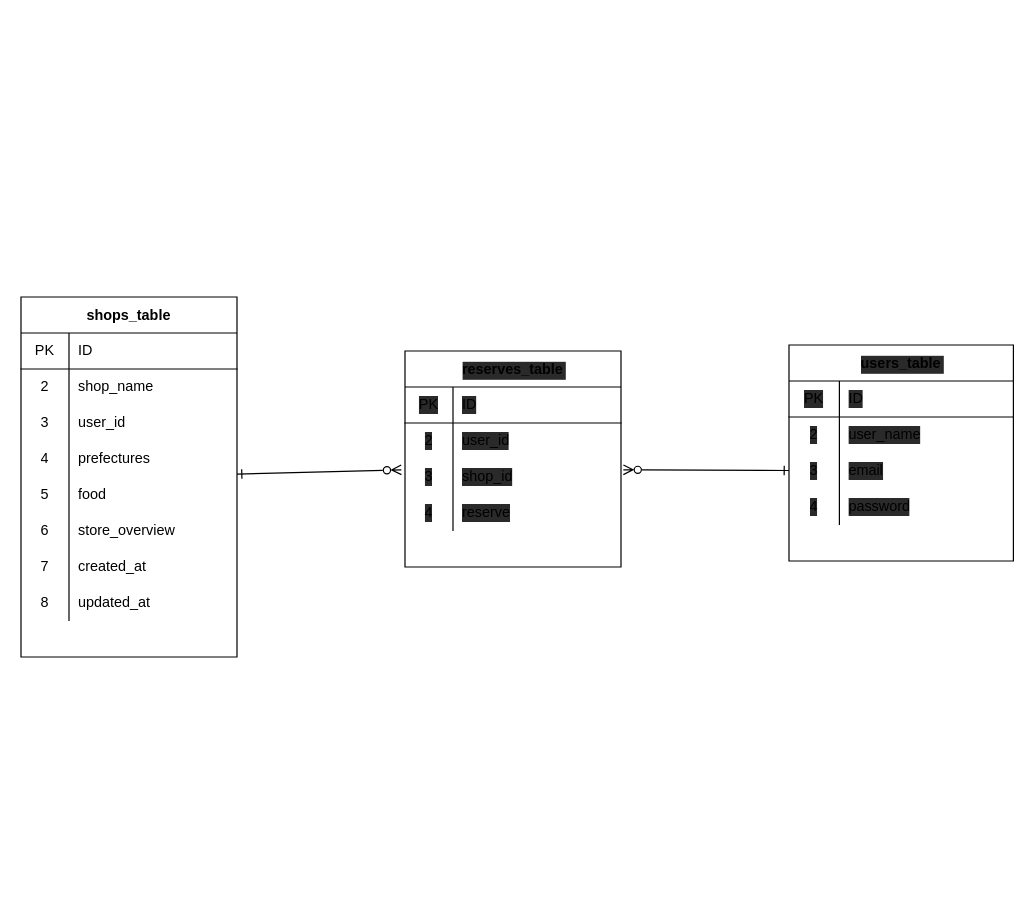
yuya1228/laravel_shop keeps this draw.io diagram as shop.dio. Above is the earlier version. Source tidied: cells renumbered, new cells numbered last; positions are measured from the earlier drawing's top-left corner, leaving out a move shared by most shapes. Both pictures are drawn from the tidied source at 120%, with x=0, y=0 at pixel (20, 296).
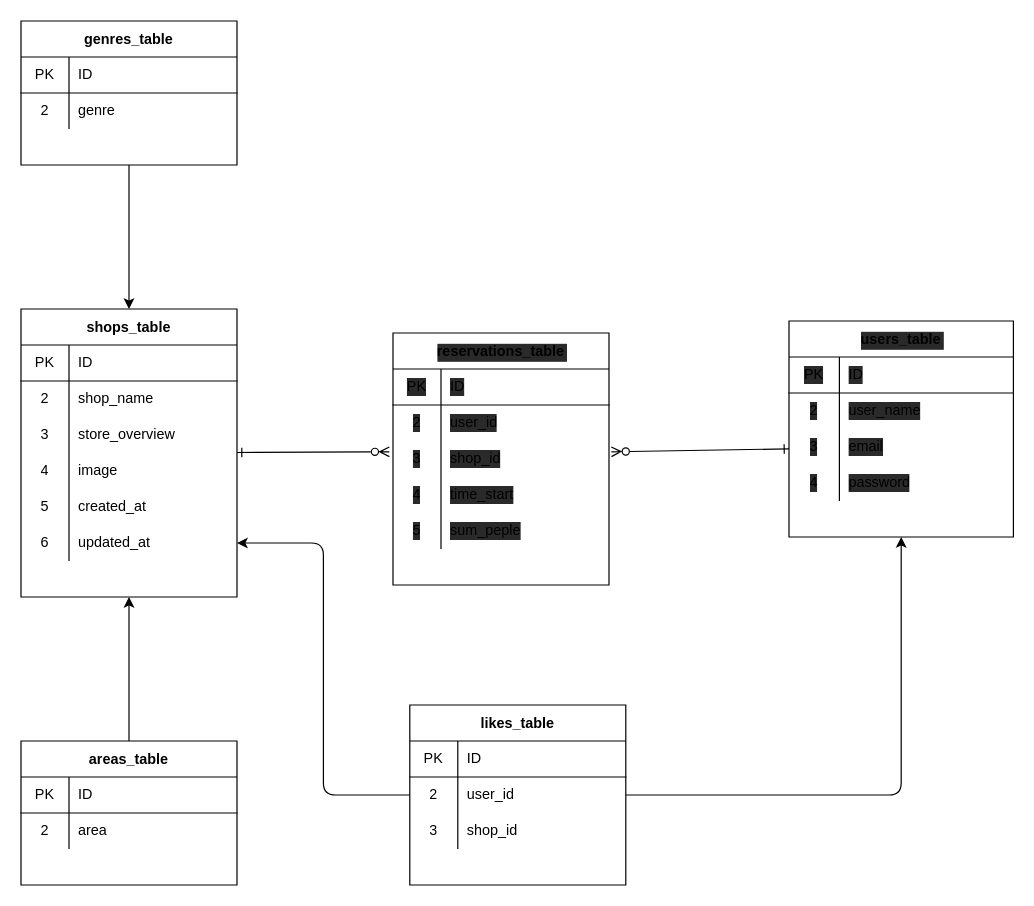
The same diagram, later.

Unchanged cells that the change refers to:
```xml
<mxCell id="38" style="shape=partialRectangle;html=1;whiteSpace=wrap;fillColor=none;top=0;left=0;bottom=0;right=0;labelBackgroundColor=#2a2a2a;" parent="28" vertex="1">
  <mxGeometry y="120" width="180" height="30" as="geometry" />
</mxCell>
```

Diff of the diagram source:
```diff
@@
     <mxCell id="3" value="shops_table" style="shape=table;startSize=30;childLayout=tableLayout;rowLines=0;fontStyle=1;align=center;" parent="1" vertex="1">
-      <mxGeometry width="180" height="300" as="geometry" />
+      <mxGeometry y="10" width="180" height="240" as="geometry" />
     </mxCell>
@@
-    <mxCell id="10" style="shape=partialRectangle;html=1;whiteSpace=wrap;fillColor=none;top=0;left=0;bottom=0;right=0;" parent="3" vertex="1">
-      <mxGeometry y="90" width="180" height="30" as="geometry" />
-    </mxCell>
-    <mxCell id="11" value="3" style="shape=partialRectangle;html=1;whiteSpace=wrap;fillColor=none;top=0;left=0;bottom=0;right=0;overflow=hidden;" parent="10" vertex="1">
-      <mxGeometry width="40" height="30" as="geometry" />
-    </mxCell>
-    <mxCell id="12" value="user_id" style="shape=partialRectangle;html=1;whiteSpace=wrap;fillColor=none;top=0;left=0;bottom=0;right=0;align=left;spacingLeft=6;overflow=hidden;" parent="10" vertex="1">
-      <mxGeometry x="40" width="140" height="30" as="geometry" />
-    </mxCell>
-    <mxCell id="13" style="shape=partialRectangle;html=1;whiteSpace=wrap;fillColor=none;top=0;left=0;bottom=0;right=0;" parent="3" vertex="1">
-      <mxGeometry y="120" width="180" height="30" as="geometry" />
-    </mxCell>
-    <mxCell id="14" value="4" style="shape=partialRectangle;html=1;whiteSpace=wrap;fillColor=none;top=0;left=0;bottom=0;right=0;overflow=hidden;" parent="13" vertex="1">
-      <mxGeometry width="40" height="30" as="geometry" />
-    </mxCell>
-    <mxCell id="15" value="prefectures" style="shape=partialRectangle;html=1;whiteSpace=wrap;fillColor=none;top=0;left=0;bottom=0;right=0;align=left;spacingLeft=6;overflow=hidden;" parent="13" vertex="1">
-      <mxGeometry x="40" width="140" height="30" as="geometry" />
-    </mxCell>
-    <mxCell id="16" style="shape=partialRectangle;html=1;whiteSpace=wrap;fillColor=none;top=0;left=0;bottom=0;right=0;" parent="3" vertex="1">
-      <mxGeometry y="150" width="180" height="30" as="geometry" />
-    </mxCell>
-    <mxCell id="17" value="5" style="shape=partialRectangle;html=1;whiteSpace=wrap;fillColor=none;top=0;left=0;bottom=0;right=0;overflow=hidden;" parent="16" vertex="1">
-      <mxGeometry width="40" height="30" as="geometry" />
-    </mxCell>
-    <mxCell id="18" value="food" style="shape=partialRectangle;html=1;whiteSpace=wrap;fillColor=none;top=0;left=0;bottom=0;right=0;align=left;spacingLeft=6;overflow=hidden;" parent="16" vertex="1">
-      <mxGeometry x="40" width="140" height="30" as="geometry" />
-    </mxCell>
     <mxCell id="19" style="shape=partialRectangle;html=1;whiteSpace=wrap;fillColor=none;top=0;left=0;bottom=0;right=0;" parent="3" vertex="1">
-      <mxGeometry y="180" width="180" height="30" as="geometry" />
+      <mxGeometry y="90" width="180" height="30" as="geometry" />
     </mxCell>
-    <mxCell id="20" value="6" style="shape=partialRectangle;html=1;whiteSpace=wrap;fillColor=none;top=0;left=0;bottom=0;right=0;overflow=hidden;" parent="19" vertex="1">
+    <mxCell id="20" value="3" style="shape=partialRectangle;html=1;whiteSpace=wrap;fillColor=none;top=0;left=0;bottom=0;right=0;overflow=hidden;" parent="19" vertex="1">
       <mxGeometry width="40" height="30" as="geometry" />
     </mxCell>
@@
+    <mxCell id="13" style="shape=partialRectangle;html=1;whiteSpace=wrap;fillColor=none;top=0;left=0;bottom=0;right=0;" parent="3" vertex="1">
+      <mxGeometry y="120" width="180" height="30" as="geometry" />
+    </mxCell>
+    <mxCell id="14" value="4" style="shape=partialRectangle;html=1;whiteSpace=wrap;fillColor=none;top=0;left=0;bottom=0;right=0;overflow=hidden;" parent="13" vertex="1">
+      <mxGeometry width="40" height="30" as="geometry" />
+    </mxCell>
+    <mxCell id="55" value="image" style="shape=partialRectangle;html=1;whiteSpace=wrap;fillColor=none;top=0;left=0;bottom=0;right=0;align=left;spacingLeft=6;overflow=hidden;" parent="13" vertex="1">
+      <mxGeometry x="40" width="140" height="30" as="geometry" />
+    </mxCell>
     <mxCell id="22" style="shape=partialRectangle;html=1;whiteSpace=wrap;fillColor=none;top=0;left=0;bottom=0;right=0;" parent="3" vertex="1">
-      <mxGeometry y="210" width="180" height="30" as="geometry" />
+      <mxGeometry y="150" width="180" height="30" as="geometry" />
     </mxCell>
-    <mxCell id="23" value="7" style="shape=partialRectangle;html=1;whiteSpace=wrap;fillColor=none;top=0;left=0;bottom=0;right=0;overflow=hidden;" parent="22" vertex="1">
+    <mxCell id="23" value="5" style="shape=partialRectangle;html=1;whiteSpace=wrap;fillColor=none;top=0;left=0;bottom=0;right=0;overflow=hidden;" parent="22" vertex="1">
       <mxGeometry width="40" height="30" as="geometry" />
     </mxCell>
@@
     <mxCell id="25" style="shape=partialRectangle;html=1;whiteSpace=wrap;fillColor=none;top=0;left=0;bottom=0;right=0;points=[[0,0.5],[1,0.5]];portConstraint=eastwest;" parent="3" vertex="1">
-      <mxGeometry y="240" width="180" height="30" as="geometry" />
+      <mxGeometry y="180" width="180" height="30" as="geometry" />
     </mxCell>
-    <mxCell id="26" value="8" style="shape=partialRectangle;html=1;whiteSpace=wrap;fillColor=none;top=0;left=0;bottom=0;right=0;overflow=hidden;" parent="25" vertex="1">
+    <mxCell id="26" value="6" style="shape=partialRectangle;html=1;whiteSpace=wrap;fillColor=none;top=0;left=0;bottom=0;right=0;overflow=hidden;" parent="25" vertex="1">
       <mxGeometry width="40" height="30" as="geometry" />
     </mxCell>
@@
-    <mxCell id="28" value="reserves_table" style="shape=table;startSize=30;childLayout=tableLayout;rowLines=0;fontStyle=1;align=center;labelBackgroundColor=#2a2a2a;" parent="1" vertex="1">
-      <mxGeometry x="320" y="45" width="180" height="180" as="geometry" />
+    <mxCell id="28" value="reservations_table" style="shape=table;startSize=30;childLayout=tableLayout;rowLines=0;fontStyle=1;align=center;labelBackgroundColor=#2a2a2a;" parent="1" vertex="1">
+      <mxGeometry x="310" y="30" width="180" height="210" as="geometry" />
     </mxCell>
@@
-    <mxCell id="40" value="reserve" style="shape=partialRectangle;html=1;whiteSpace=wrap;fillColor=none;top=0;left=0;bottom=0;right=0;align=left;spacingLeft=6;overflow=hidden;labelBackgroundColor=#2a2a2a;" parent="38" vertex="1">
+    <mxCell id="40" value="time_start" style="shape=partialRectangle;html=1;whiteSpace=wrap;fillColor=none;top=0;left=0;bottom=0;right=0;align=left;spacingLeft=6;overflow=hidden;labelBackgroundColor=#2a2a2a;" parent="38" vertex="1">
       <mxGeometry x="40" width="140" height="30" as="geometry" />
     </mxCell>
+    <mxCell id="56" style="shape=partialRectangle;html=1;whiteSpace=wrap;fillColor=none;top=0;left=0;bottom=0;right=0;labelBackgroundColor=#2a2a2a;" parent="28" vertex="1">
+      <mxGeometry y="150" width="180" height="30" as="geometry" />
+    </mxCell>
+    <mxCell id="17" value="5" style="shape=partialRectangle;html=1;whiteSpace=wrap;fillColor=none;top=0;left=0;bottom=0;right=0;overflow=hidden;labelBackgroundColor=#2a2a2a;" parent="56" vertex="1">
+      <mxGeometry width="40" height="30" as="geometry" />
+    </mxCell>
+    <mxCell id="57" value="sum_peple" style="shape=partialRectangle;html=1;whiteSpace=wrap;fillColor=none;top=0;left=0;bottom=0;right=0;align=left;spacingLeft=6;overflow=hidden;labelBackgroundColor=#2a2a2a;" parent="56" vertex="1">
+      <mxGeometry x="40" width="140" height="30" as="geometry" />
+    </mxCell>
     <mxCell id="41" value="users_table" style="shape=table;startSize=30;childLayout=tableLayout;rowLines=0;fontStyle=1;align=center;labelBackgroundColor=#2a2a2a;" parent="1" vertex="1">
-      <mxGeometry x="640" y="40" width="187" height="180" as="geometry" />
+      <mxGeometry x="640" y="20" width="187" height="180" as="geometry" />
     </mxCell>
@@
+    <mxCell id="58" style="edgeStyle=none;html=1;entryX=0.5;entryY=1;entryDx=0;entryDy=0;" parent="1" edge="1" source="59" target="3">
+      <mxGeometry relative="1" as="geometry" />
+    </mxCell>
+    <mxCell id="59" value="areas_table" style="shape=table;startSize=30;childLayout=tableLayout;rowLines=0;fontStyle=1;align=center;" parent="1" vertex="1">
+      <mxGeometry y="370" width="180" height="120" as="geometry" />
+    </mxCell>
+    <mxCell id="60" style="shape=partialRectangle;html=1;whiteSpace=wrap;fillColor=none;top=0;left=0;bottom=1;right=0;" parent="59" vertex="1">
+      <mxGeometry y="30" width="180" height="30" as="geometry" />
+    </mxCell>
+    <mxCell id="61" value="PK" style="shape=partialRectangle;html=1;whiteSpace=wrap;fillColor=none;top=0;left=0;bottom=0;right=0;overflow=hidden;" parent="60" vertex="1">
+      <mxGeometry width="40" height="30" as="geometry" />
+    </mxCell>
+    <mxCell id="62" value="ID" style="shape=partialRectangle;html=1;whiteSpace=wrap;fillColor=none;top=0;left=0;bottom=0;right=0;align=left;spacingLeft=6;overflow=hidden;" parent="60" vertex="1">
+      <mxGeometry x="40" width="140" height="30" as="geometry" />
+    </mxCell>
+    <mxCell id="63" style="shape=partialRectangle;html=1;whiteSpace=wrap;fillColor=none;top=0;left=0;bottom=0;right=0;" parent="59" vertex="1">
+      <mxGeometry y="60" width="180" height="30" as="geometry" />
+    </mxCell>
+    <mxCell id="64" value="2" style="shape=partialRectangle;html=1;whiteSpace=wrap;fillColor=none;top=0;left=0;bottom=0;right=0;overflow=hidden;" parent="63" vertex="1">
+      <mxGeometry width="40" height="30" as="geometry" />
+    </mxCell>
+    <mxCell id="65" value="area" style="shape=partialRectangle;html=1;whiteSpace=wrap;fillColor=none;top=0;left=0;bottom=0;right=0;align=left;spacingLeft=6;overflow=hidden;" parent="63" vertex="1">
+      <mxGeometry x="40" width="140" height="30" as="geometry" />
+    </mxCell>
+    <mxCell id="66" style="edgeStyle=none;html=1;" parent="1" edge="1" source="67" target="3">
+      <mxGeometry relative="1" as="geometry" />
+    </mxCell>
+    <mxCell id="67" value="genres_table" style="shape=table;startSize=30;childLayout=tableLayout;rowLines=0;fontStyle=1;align=center;" parent="1" vertex="1">
+      <mxGeometry y="-230" width="180" height="120" as="geometry" />
+    </mxCell>
+    <mxCell id="68" style="shape=partialRectangle;html=1;whiteSpace=wrap;fillColor=none;top=0;left=0;bottom=1;right=0;" parent="67" vertex="1">
+      <mxGeometry y="30" width="180" height="30" as="geometry" />
+    </mxCell>
+    <mxCell id="69" value="PK" style="shape=partialRectangle;html=1;whiteSpace=wrap;fillColor=none;top=0;left=0;bottom=0;right=0;overflow=hidden;" parent="68" vertex="1">
+      <mxGeometry width="40" height="30" as="geometry" />
+    </mxCell>
+    <mxCell id="70" value="ID" style="shape=partialRectangle;html=1;whiteSpace=wrap;fillColor=none;top=0;left=0;bottom=0;right=0;align=left;spacingLeft=6;overflow=hidden;" parent="68" vertex="1">
+      <mxGeometry x="40" width="140" height="30" as="geometry" />
+    </mxCell>
+    <mxCell id="71" style="shape=partialRectangle;html=1;whiteSpace=wrap;fillColor=none;top=0;left=0;bottom=0;right=0;" parent="67" vertex="1">
+      <mxGeometry y="60" width="180" height="30" as="geometry" />
+    </mxCell>
+    <mxCell id="72" value="2" style="shape=partialRectangle;html=1;whiteSpace=wrap;fillColor=none;top=0;left=0;bottom=0;right=0;overflow=hidden;" parent="71" vertex="1">
+      <mxGeometry width="40" height="30" as="geometry" />
+    </mxCell>
+    <mxCell id="73" value="genre" style="shape=partialRectangle;html=1;whiteSpace=wrap;fillColor=none;top=0;left=0;bottom=0;right=0;align=left;spacingLeft=6;overflow=hidden;" parent="71" vertex="1">
+      <mxGeometry x="40" width="140" height="30" as="geometry" />
+    </mxCell>
+    <mxCell id="74" value="likes_table" style="shape=table;startSize=30;childLayout=tableLayout;rowLines=0;fontStyle=1;align=center;" parent="1" vertex="1">
+      <mxGeometry x="324" y="340" width="180" height="150" as="geometry" />
+    </mxCell>
+    <mxCell id="75" style="shape=partialRectangle;html=1;whiteSpace=wrap;fillColor=none;top=0;left=0;bottom=1;right=0;" parent="74" vertex="1">
+      <mxGeometry y="30" width="180" height="30" as="geometry" />
+    </mxCell>
+    <mxCell id="76" value="PK" style="shape=partialRectangle;html=1;whiteSpace=wrap;fillColor=none;top=0;left=0;bottom=0;right=0;overflow=hidden;" parent="75" vertex="1">
+      <mxGeometry width="40" height="30" as="geometry" />
+    </mxCell>
+    <mxCell id="77" value="ID" style="shape=partialRectangle;html=1;whiteSpace=wrap;fillColor=none;top=0;left=0;bottom=0;right=0;align=left;spacingLeft=6;overflow=hidden;" parent="75" vertex="1">
+      <mxGeometry x="40" width="140" height="30" as="geometry" />
+    </mxCell>
+    <mxCell id="78" style="shape=partialRectangle;html=1;whiteSpace=wrap;fillColor=none;top=0;left=0;bottom=0;right=0;points=[[0,0.5],[1,0.5]];portConstraint=eastwest;" parent="74" vertex="1">
+      <mxGeometry y="60" width="180" height="30" as="geometry" />
+    </mxCell>
+    <mxCell id="79" value="2" style="shape=partialRectangle;html=1;whiteSpace=wrap;fillColor=none;top=0;left=0;bottom=0;right=0;overflow=hidden;" parent="78" vertex="1">
+      <mxGeometry width="40" height="30" as="geometry" />
+    </mxCell>
+    <mxCell id="12" value="user_id" style="shape=partialRectangle;html=1;whiteSpace=wrap;fillColor=none;top=0;left=0;bottom=0;right=0;align=left;spacingLeft=6;overflow=hidden;" parent="78" vertex="1">
+      <mxGeometry x="40" width="140" height="30" as="geometry" />
+    </mxCell>
+    <mxCell id="10" style="shape=partialRectangle;html=1;whiteSpace=wrap;fillColor=none;top=0;left=0;bottom=0;right=0;" parent="74" vertex="1">
+      <mxGeometry y="90" width="180" height="30" as="geometry" />
+    </mxCell>
+    <mxCell id="11" value="3" style="shape=partialRectangle;html=1;whiteSpace=wrap;fillColor=none;top=0;left=0;bottom=0;right=0;overflow=hidden;" parent="10" vertex="1">
+      <mxGeometry width="40" height="30" as="geometry" />
+    </mxCell>
+    <mxCell id="80" value="shop_id" style="shape=partialRectangle;html=1;whiteSpace=wrap;fillColor=none;top=0;left=0;bottom=0;right=0;align=left;spacingLeft=6;overflow=hidden;" parent="10" vertex="1">
+      <mxGeometry x="40" width="140" height="30" as="geometry" />
+    </mxCell>
+    <mxCell id="81" style="edgeStyle=orthogonalEdgeStyle;html=1;entryX=0.5;entryY=1;entryDx=0;entryDy=0;" parent="1" edge="1" source="78" target="41">
+      <mxGeometry relative="1" as="geometry" />
+    </mxCell>
+    <mxCell id="82" style="edgeStyle=orthogonalEdgeStyle;html=1;entryX=1;entryY=0.5;entryDx=0;entryDy=0;" parent="1" edge="1" source="78" target="25">
+      <mxGeometry relative="1" as="geometry" />
+    </mxCell>
```
